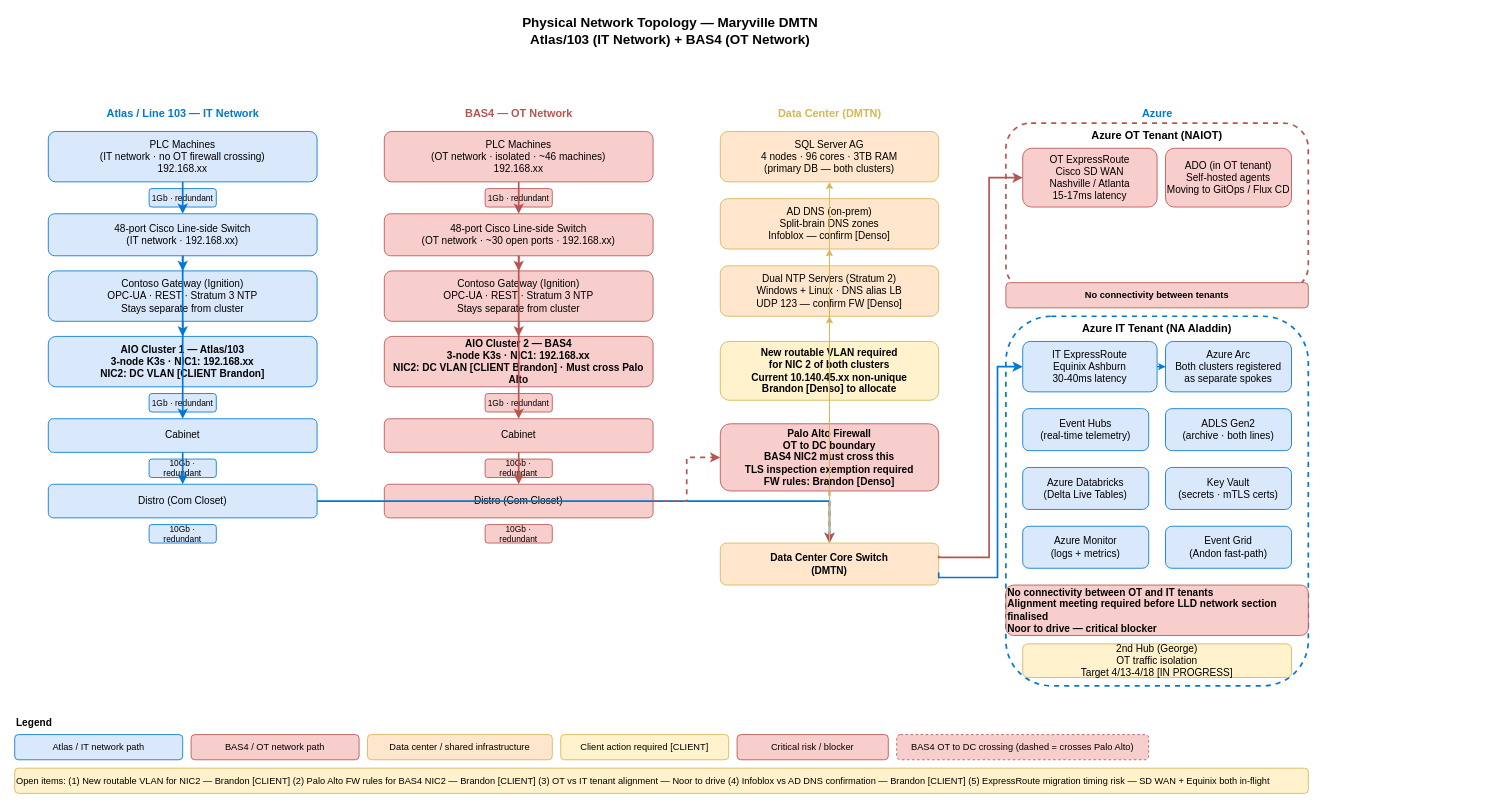
Before: dc-network-topology.drawio in avinashr-insight/manufacturing-iot, a draw.io diagram. Source tidied: cells renumbered, new cells numbered last; positions are measured from the earlier drawing's top-left corner, leaving out a move shared by most shapes. Both pictures are drawn from the tidied source at 84%, with x=0, y=0 at pixel (14, 15).
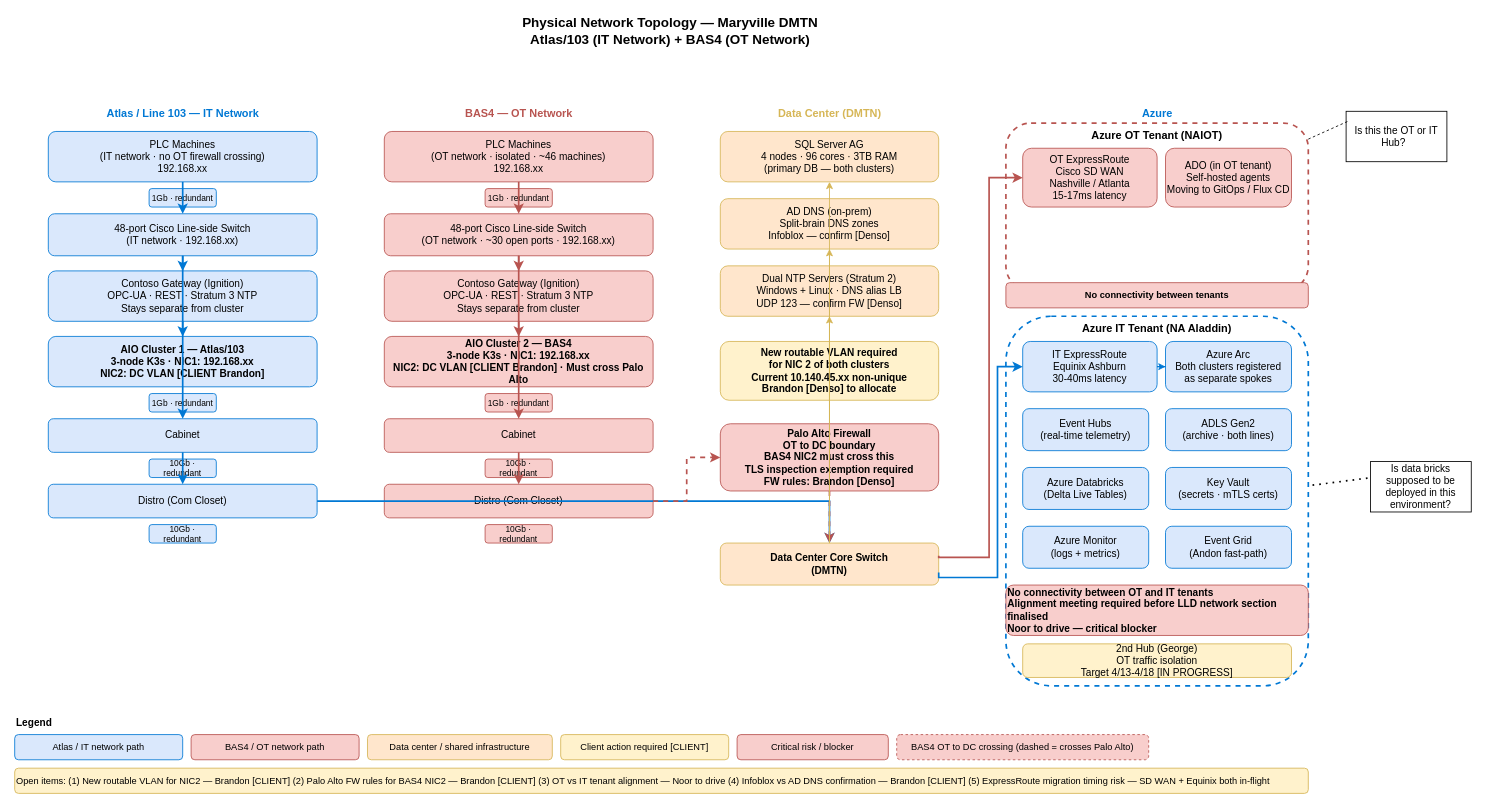
The same page after the edit.

The change refers to these unchanged cells:
```xml
<mxCell id="33" value="Azure OT Tenant (NAIOT)" style="rounded=1;whiteSpace=wrap;html=1;fillColor=none;strokeColor=#b85450;dashed=1;fontSize=13;fontStyle=1;verticalAlign=top;strokeWidth=2;" parent="1" vertex="1">
  <mxGeometry x="1180" y="128" width="360" height="200" as="geometry" />
</mxCell>
<mxCell id="36" value="Azure IT Tenant (NA Aladdin)" style="rounded=1;whiteSpace=wrap;html=1;fillColor=none;strokeColor=#0078d4;dashed=1;fontSize=13;fontStyle=1;verticalAlign=top;strokeWidth=2;" parent="1" vertex="1">
  <mxGeometry x="1180" y="358" width="360" height="440" as="geometry" />
</mxCell>
```

The edit, as a diff of the source:
```diff
@@
+    <mxCell id="75" value="Is this the OT or IT Hub?&amp;nbsp;&amp;nbsp;" style="rounded=0;whiteSpace=wrap;html=1;" parent="1" vertex="1">
+      <mxGeometry x="1585" y="114" width="120" height="60" as="geometry" />
+    </mxCell>
+    <mxCell id="76" style="endArrow=none;dashed=1;html=1;rounded=0;" parent="1" edge="1" source="33">
+      <mxGeometry relative="1" as="geometry">
+        <mxPoint x="1587" y="126" as="targetPoint" />
+      </mxGeometry>
+    </mxCell>
+    <mxCell id="77" value="Is data bricks supposed to be deployed in this environment?" style="rounded=0;whiteSpace=wrap;html=1;" parent="1" vertex="1">
+      <mxGeometry x="1614" y="531" width="120" height="60" as="geometry" />
+    </mxCell>
+    <mxCell id="78" style="endArrow=none;dashed=1;html=1;dashPattern=1 3;strokeWidth=2;rounded=0;exitX=1.014;exitY=0.457;exitDx=0;exitDy=0;exitPerimeter=0;" parent="1" edge="1" source="36">
+      <mxGeometry relative="1" as="geometry">
+        <mxPoint x="1616" y="550" as="targetPoint" />
+      </mxGeometry>
+    </mxCell>
```
